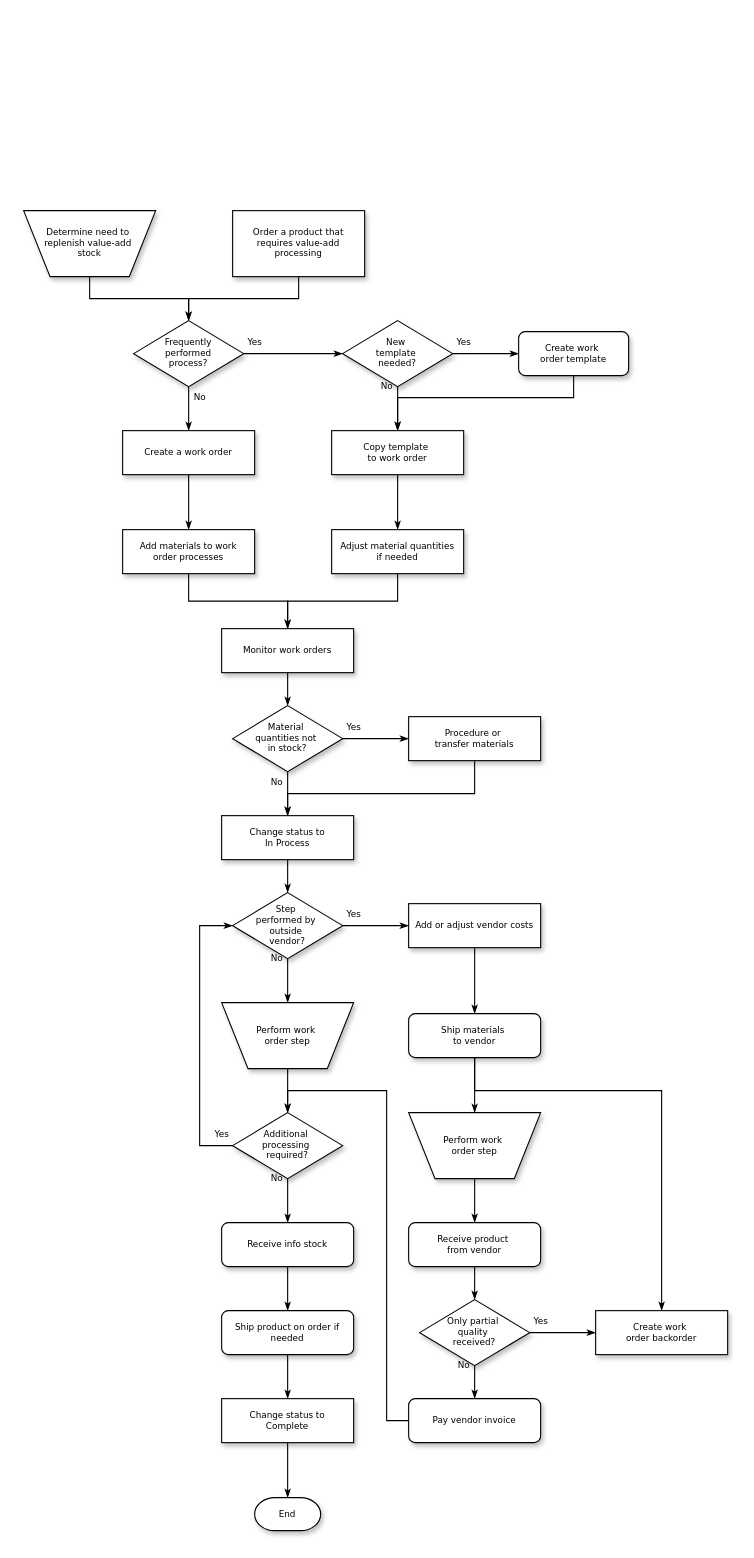
This is 未命名绘图.drawio from BlessingCynthia/cpython, a draw.io file, before an edit. Source tidied: cells renumbered, new cells numbered last; positions are measured from the earlier drawing's top-left corner, leaving out a move shared by most shapes. Both pictures are drawn from the tidied source at 110%, with x=0, y=0 at pixel (23, 210).
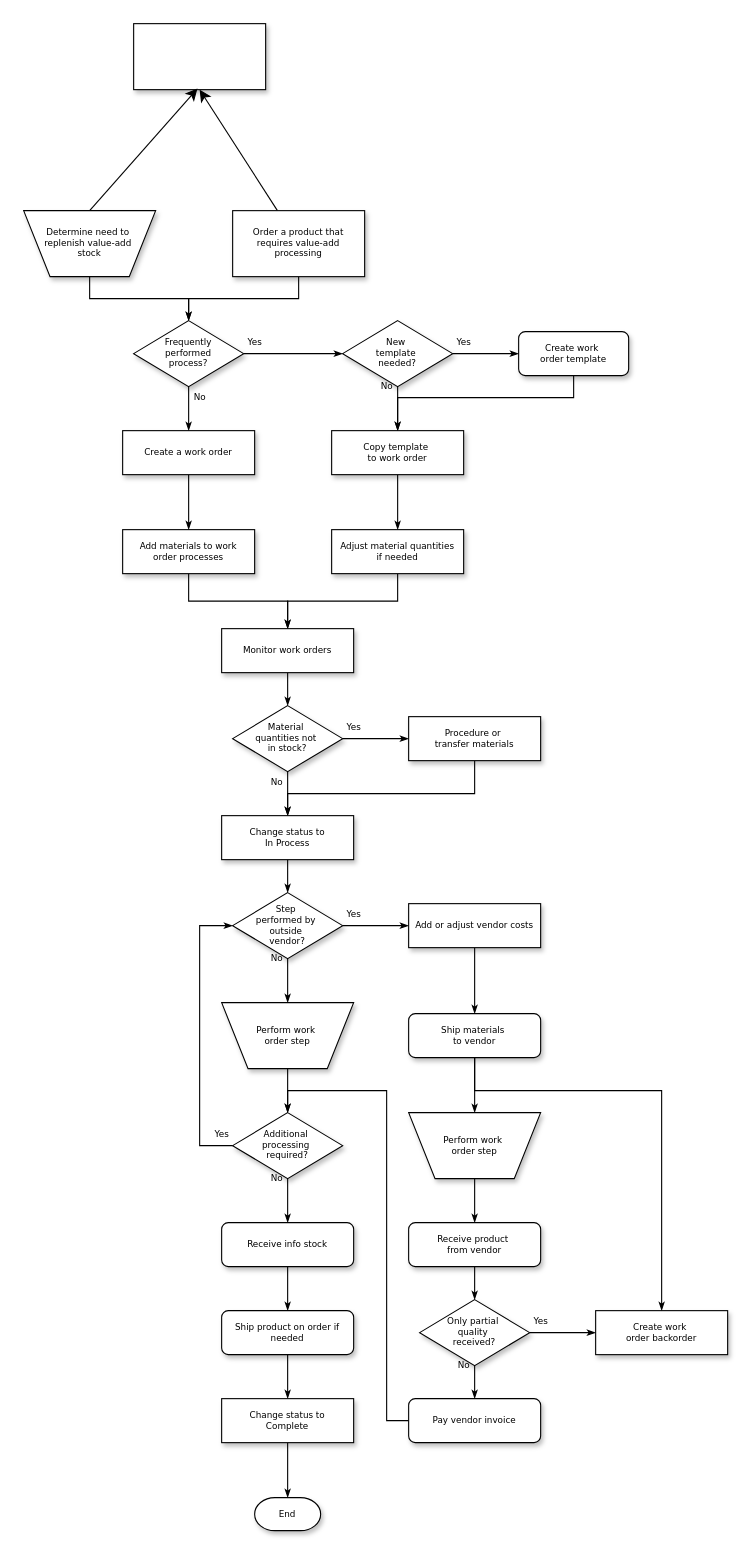
Above is the later version.

The change refers to these unchanged cells:
```xml
<mxCell id="3" value="Determine need to&amp;nbsp;&lt;div&gt;replenish value-add&amp;nbsp;&lt;/div&gt;&lt;div&gt;stock&lt;/div&gt;" style="shape=trapezoid;whiteSpace=wrap;html=1;rounded=0;shadow=1;labelBackgroundColor=none;strokeWidth=1;fontFamily=Verdana;fontSize=8;align=center;flipV=1;" parent="1" vertex="1">
  <mxGeometry width="120" height="60" as="geometry" />
</mxCell>
<mxCell id="5" value="Order a product that&lt;div&gt;requires value-add processing&lt;/div&gt;" style="rounded=0;whiteSpace=wrap;html=1;shadow=1;labelBackgroundColor=none;strokeWidth=1;fontFamily=Verdana;fontSize=8;align=center;" parent="1" vertex="1">
  <mxGeometry x="190" width="120" height="60" as="geometry" />
</mxCell>
```

Diff of the diagram source:
```diff
@@
+    <mxCell id="61" style="edgeStyle=none;curved=1;rounded=0;jettySize=auto;html=1;fontSize=12;startSize=8;endSize=8;entryX=0.5;entryY=1;entryDx=0;entryDy=0;" parent="1" edge="1" source="5" target="62">
+      <mxGeometry relative="1" as="geometry" />
+    </mxCell>
@@
+    <mxCell id="62" style="whiteSpace=wrap;html=1;fontSize=8;fontFamily=Verdana;rounded=0;shadow=1;labelBackgroundColor=none;strokeWidth=1;" parent="1" vertex="1">
+      <mxGeometry x="100" y="-170" width="120" height="60" as="geometry" />
+    </mxCell>
+    <mxCell id="63" style="edgeStyle=none;curved=1;rounded=0;jettySize=auto;html=1;fontSize=12;startSize=8;endSize=8;exitX=0.5;exitY=0;exitDx=0;exitDy=0;" parent="1" edge="1" source="3">
+      <mxGeometry relative="1" as="geometry">
+        <mxPoint x="158" y="-111" as="targetPoint" />
+      </mxGeometry>
+    </mxCell>
```
